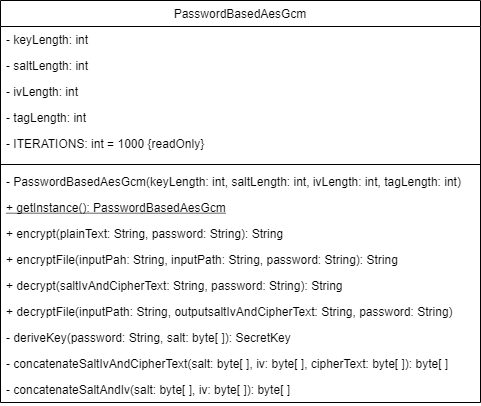
Earlier version of the draw.io export images/Anleitung/UML.png (onierstrasz/BSc_Thesis_Repository). Source tidied: cells renumbered, new cells last; positions are measured from the earlier drawing's top-left corner, leaving out a move shared by most shapes.
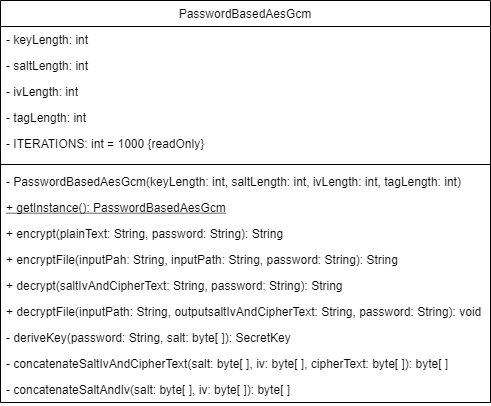
Above is the later version.

The edit, as a diff of the source:
```diff
@@ -3,52 +3,52 @@
     <mxCell id="0" />
     <mxCell id="1" parent="0" />
     <mxCell id="2" value="PasswordBasedAesGcm" style="swimlane;fontStyle=0;align=center;verticalAlign=top;horizontal=1;startSize=26;rounded=0;shadow=0;strokeWidth=1;" parent="1" vertex="1">
-      <mxGeometry width="480" height="402" as="geometry" />
+      <mxGeometry width="490" height="402" as="geometry" />
     </mxCell>
     <mxCell id="3" value="- keyLength: int" style="text;align=left;verticalAlign=top;spacingLeft=4;spacingRight=4;overflow=hidden;" parent="2" vertex="1">
-      <mxGeometry y="26" width="480" height="26" as="geometry" />
+      <mxGeometry y="26" width="490" height="26" as="geometry" />
     </mxCell>
     <mxCell id="4" value="- saltLength: int" style="text;align=left;verticalAlign=top;spacingLeft=4;spacingRight=4;overflow=hidden;rounded=0;shadow=0;html=0;" parent="2" vertex="1">
-      <mxGeometry y="52" width="480" height="26" as="geometry" />
+      <mxGeometry y="52" width="490" height="26" as="geometry" />
     </mxCell>
     <mxCell id="5" value="- ivLength: int" style="text;align=left;verticalAlign=top;spacingLeft=4;spacingRight=4;overflow=hidden;rounded=0;shadow=0;html=0;" parent="2" vertex="1">
-      <mxGeometry y="78" width="480" height="26" as="geometry" />
+      <mxGeometry y="78" width="490" height="26" as="geometry" />
     </mxCell>
     <mxCell id="6" value="- tagLength: int" style="text;align=left;verticalAlign=top;spacingLeft=4;spacingRight=4;overflow=hidden;rounded=0;shadow=0;html=0;" parent="2" vertex="1">
-      <mxGeometry y="104" width="480" height="26" as="geometry" />
+      <mxGeometry y="104" width="490" height="26" as="geometry" />
     </mxCell>
     <mxCell id="7" value="- ITERATIONS: int = 1000 {readOnly}" style="text;align=left;verticalAlign=top;spacingLeft=4;spacingRight=4;overflow=hidden;rounded=0;shadow=0;html=0;fontStyle=0;" parent="2" vertex="1">
-      <mxGeometry y="130" width="480" height="30" as="geometry" />
+      <mxGeometry y="130" width="490" height="30" as="geometry" />
     </mxCell>
     <mxCell id="8" style="line;html=1;strokeWidth=1;align=left;verticalAlign=middle;spacingTop=-1;spacingLeft=3;spacingRight=3;labelPosition=right;" parent="2" vertex="1">
-      <mxGeometry y="160" width="480" height="8" as="geometry" />
+      <mxGeometry y="160" width="490" height="8" as="geometry" />
     </mxCell>
     <mxCell id="9" value="- PasswordBasedAesGcm(keyLength: int, saltLength: int, ivLength: int, tagLength: int)" style="text;align=left;verticalAlign=top;spacingLeft=4;spacingRight=4;overflow=hidden;rounded=0;shadow=0;html=0;" parent="2" vertex="1">
-      <mxGeometry y="168" width="480" height="26" as="geometry" />
+      <mxGeometry y="168" width="490" height="26" as="geometry" />
     </mxCell>
     <mxCell id="10" value="+ getInstance(): PasswordBasedAesGcm" style="text;align=left;verticalAlign=top;spacingLeft=4;spacingRight=4;overflow=hidden;rounded=0;shadow=0;html=0;fontStyle=4;" parent="2" vertex="1">
-      <mxGeometry y="194" width="480" height="26" as="geometry" />
+      <mxGeometry y="194" width="490" height="26" as="geometry" />
     </mxCell>
     <mxCell id="11" value="+ encrypt(plainText: String, password: String): String" style="text;align=left;verticalAlign=top;spacingLeft=4;spacingRight=4;overflow=hidden;rounded=0;shadow=0;html=0;" parent="2" vertex="1">
-      <mxGeometry y="220" width="480" height="26" as="geometry" />
+      <mxGeometry y="220" width="490" height="26" as="geometry" />
     </mxCell>
     <mxCell id="12" value="+ encryptFile(inputPah: String, inputPath: String, password: String): String" style="text;align=left;verticalAlign=top;spacingLeft=4;spacingRight=4;overflow=hidden;rounded=0;shadow=0;html=0;" parent="2" vertex="1">
-      <mxGeometry y="246" width="480" height="26" as="geometry" />
+      <mxGeometry y="246" width="490" height="26" as="geometry" />
     </mxCell>
     <mxCell id="13" value="+ decrypt(saltIvAndCipherText: String, password: String): String" style="text;align=left;verticalAlign=top;spacingLeft=4;spacingRight=4;overflow=hidden;rounded=0;shadow=0;html=0;" parent="2" vertex="1">
-      <mxGeometry y="272" width="480" height="26" as="geometry" />
+      <mxGeometry y="272" width="490" height="26" as="geometry" />
     </mxCell>
-    <mxCell id="14" value="+ decryptFile(inputPath: String, outputsaltIvAndCipherText: String, password: String)" style="text;align=left;verticalAlign=top;spacingLeft=4;spacingRight=4;overflow=hidden;rounded=0;shadow=0;html=0;" parent="2" vertex="1">
-      <mxGeometry y="298" width="480" height="26" as="geometry" />
+    <mxCell id="14" value="+ decryptFile(inputPath: String, outputsaltIvAndCipherText: String, password: String): void" style="text;align=left;verticalAlign=top;spacingLeft=4;spacingRight=4;overflow=hidden;rounded=0;shadow=0;html=0;" parent="2" vertex="1">
+      <mxGeometry y="298" width="490" height="26" as="geometry" />
     </mxCell>
     <mxCell id="15" value="- deriveKey(password: String, salt: byte[ ]): SecretKey" style="text;align=left;verticalAlign=top;spacingLeft=4;spacingRight=4;overflow=hidden;rounded=0;shadow=0;html=0;" parent="2" vertex="1">
-      <mxGeometry y="324" width="480" height="26" as="geometry" />
+      <mxGeometry y="324" width="490" height="26" as="geometry" />
     </mxCell>
     <mxCell id="16" value="- concatenateSaltIvAndCipherText(salt: byte[ ], iv: byte[ ], cipherText: byte[ ]): byte[ ]" style="text;align=left;verticalAlign=top;spacingLeft=4;spacingRight=4;overflow=hidden;rounded=0;shadow=0;html=0;" parent="2" vertex="1">
-      <mxGeometry y="350" width="480" height="26" as="geometry" />
+      <mxGeometry y="350" width="490" height="26" as="geometry" />
     </mxCell>
     <mxCell id="17" value="- concatenateSaltAndIv(salt: byte[ ], iv: byte[ ]): byte[ ]" style="text;align=left;verticalAlign=top;spacingLeft=4;spacingRight=4;overflow=hidden;rounded=0;shadow=0;html=0;" parent="2" vertex="1">
-      <mxGeometry y="376" width="480" height="26" as="geometry" />
+      <mxGeometry y="376" width="490" height="26" as="geometry" />
     </mxCell>
   </root>
 </mxGraphModel>
```
